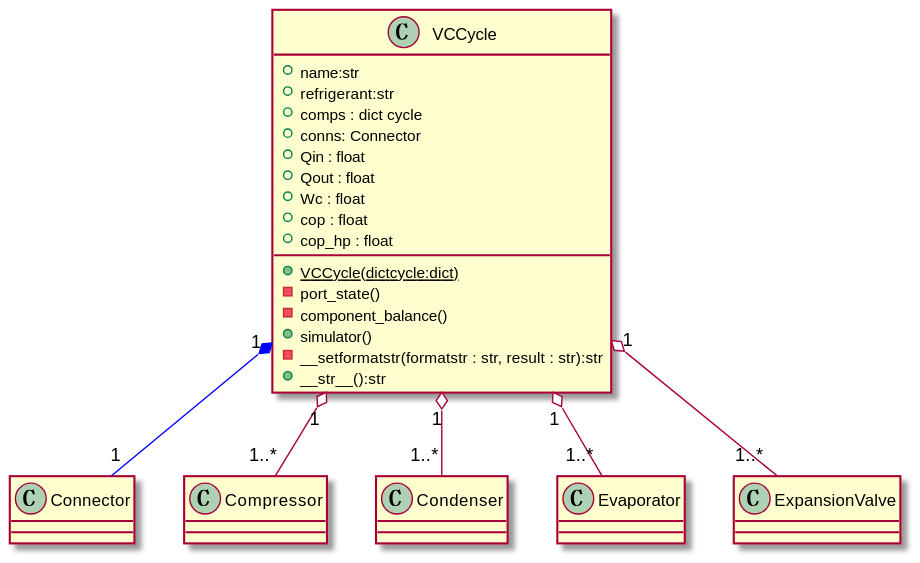
Above: doc/uml/img/vccycle-components-connector.svg in thermalogic/SimVCCE (PlantUML), before the change.
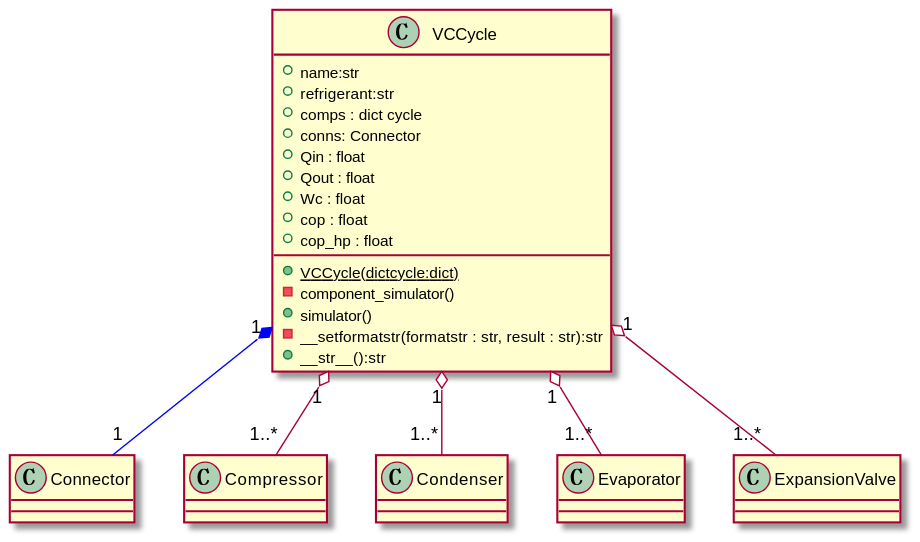
Later version of the same file.

Change to the diagram source:
```diff
@@ -10,8 +10,7 @@
        + cop : float
        + cop_hp : float
        + {static} VCCycle(dictcycle:dict)
-       - port_state()
-       - component_balance()
+       - component_simulator()
        + simulator()
        - __setformatstr(formatstr : str, result : str):str
        + __str__():str
```
